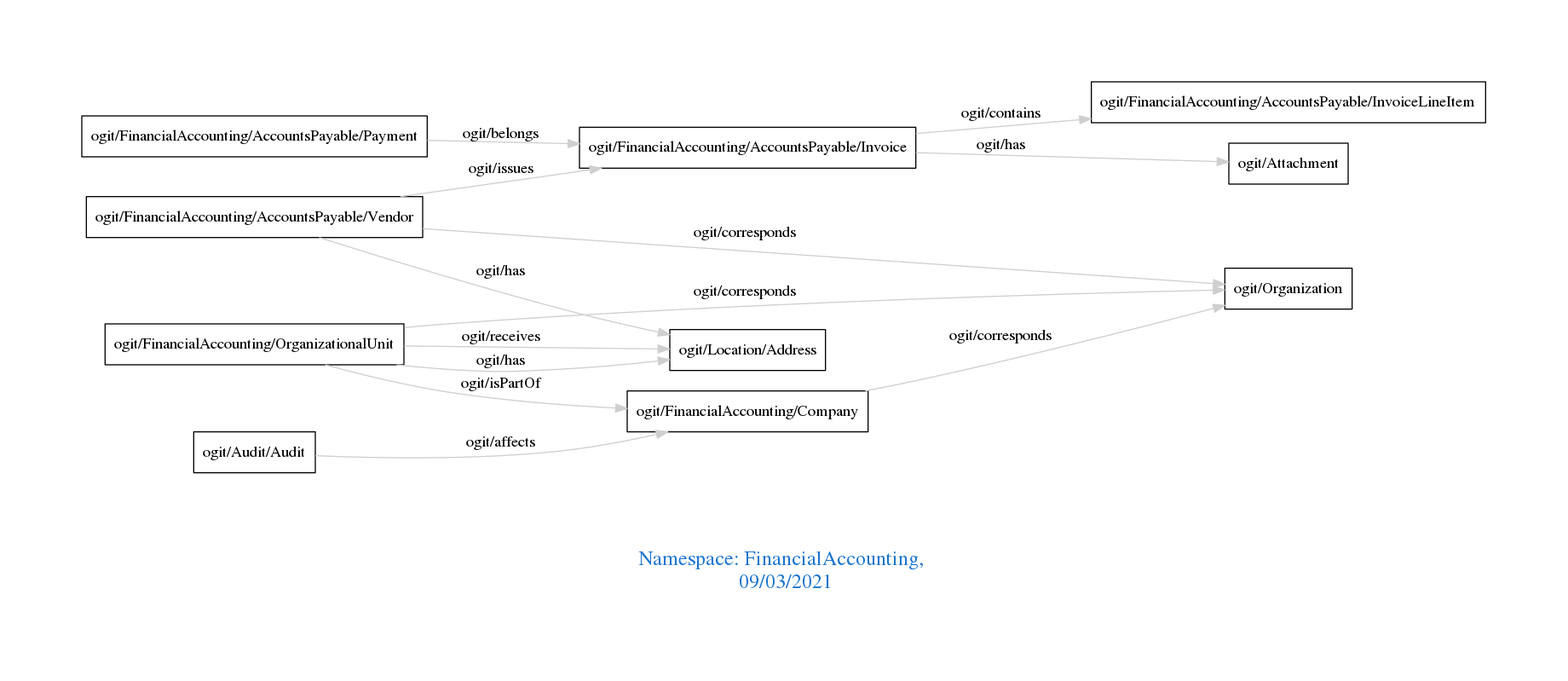
Above: downloads/FinancialAccounting.png in arago/OGIT (Graphviz), before the change. Its source is kept beside it as downloads/FinancialAccounting.dot.
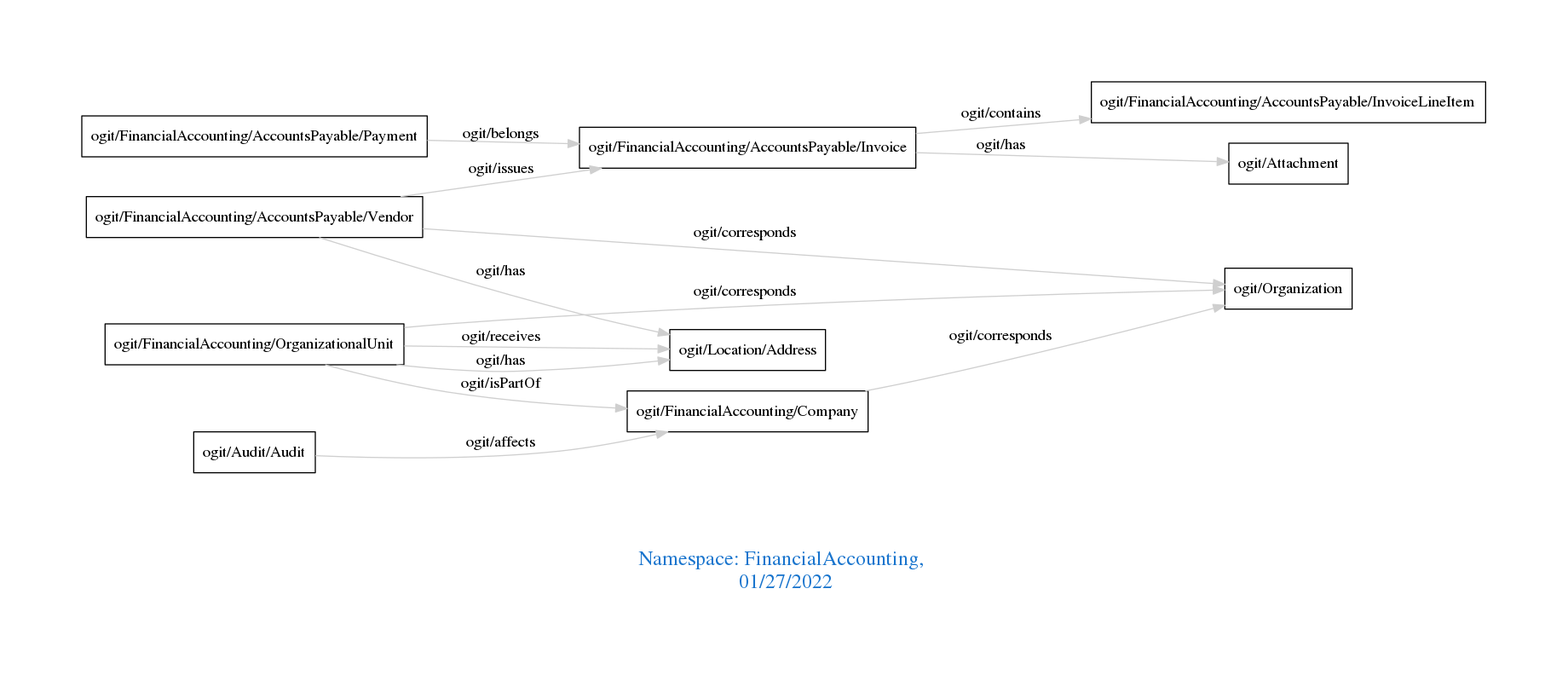
The same diagram one commit later.

The edit, as a diff of the source:
```diff
@@ -1,20 +1,20 @@
 digraph OGIT_ontology {
  graph [ rankdir= LR,pad=1
 fontsize = 18,
-fontcolor= dodgerblue3,label = "\n\n\nNamespace: FinancialAccounting, \n 09/03/2021"];
+fontcolor= dodgerblue3,label = "\n\n\nNamespace: FinancialAccounting, \n 01/27/2022"];
 node[shape=polygon];
 edge [  color="gray81"];
 
    "ogit/FinancialAccounting/AccountsPayable/Invoice" -> "ogit/FinancialAccounting/AccountsPayable/InvoiceLineItem" [label="   ogit/contains    "];
+   "ogit/FinancialAccounting/OrganizationalUnit" -> "ogit/Organization" [label="   ogit/corresponds    "];
+   "ogit/FinancialAccounting/Company" -> "ogit/Organization" [label="   ogit/corresponds    "];
    "ogit/FinancialAccounting/AccountsPayable/Vendor" -> "ogit/Organization" [label="   ogit/corresponds    "];
-   "ogit/FinancialAccounting/Company" -> "ogit/Organization" [label="   ogit/corresponds    "];
-   "ogit/FinancialAccounting/OrganizationalUnit" -> "ogit/Organization" [label="   ogit/corresponds    "];
    "ogit/FinancialAccounting/AccountsPayable/Vendor" -> "ogit/FinancialAccounting/AccountsPayable/Invoice" [label="   ogit/issues    "];
    "ogit/Audit/Audit" -> "ogit/FinancialAccounting/Company" [label="   ogit/affects    "];
    "ogit/FinancialAccounting/AccountsPayable/Payment" -> "ogit/FinancialAccounting/AccountsPayable/Invoice" [label="   ogit/belongs    "];
    "ogit/FinancialAccounting/OrganizationalUnit" -> "ogit/Location/Address" [label="   ogit/receives    "];
+   "ogit/FinancialAccounting/OrganizationalUnit" -> "ogit/Location/Address" [label="   ogit/has    "];
+   "ogit/FinancialAccounting/AccountsPayable/Vendor" -> "ogit/Location/Address" [label="   ogit/has    "];
    "ogit/FinancialAccounting/AccountsPayable/Invoice" -> "ogit/Attachment" [label="   ogit/has    "];
-   "ogit/FinancialAccounting/AccountsPayable/Vendor" -> "ogit/Location/Address" [label="   ogit/has    "];
-   "ogit/FinancialAccounting/OrganizationalUnit" -> "ogit/Location/Address" [label="   ogit/has    "];
    "ogit/FinancialAccounting/OrganizationalUnit" -> "ogit/FinancialAccounting/Company" [label="   ogit/isPartOf    "];
 }
```
